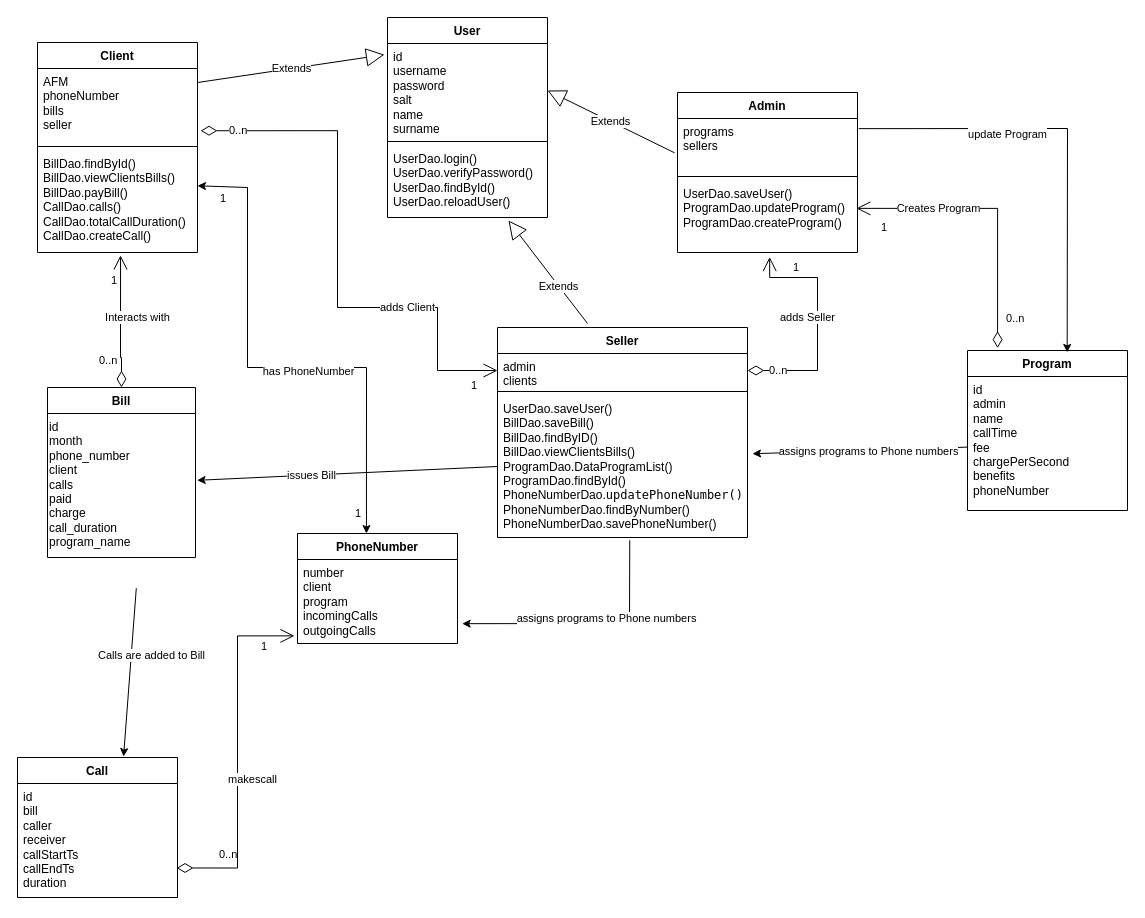
dimitry-lzs/webProgramming keeps this draw.io diagram as Diagram.drawio. Above is the earlier version. Source tidied: cells renumbered, new cells numbered last; positions are measured from the earlier drawing's top-left corner, leaving out a move shared by most shapes. Both pictures are drawn from the tidied source at 100%, with x=0, y=0 at pixel (17, 17).
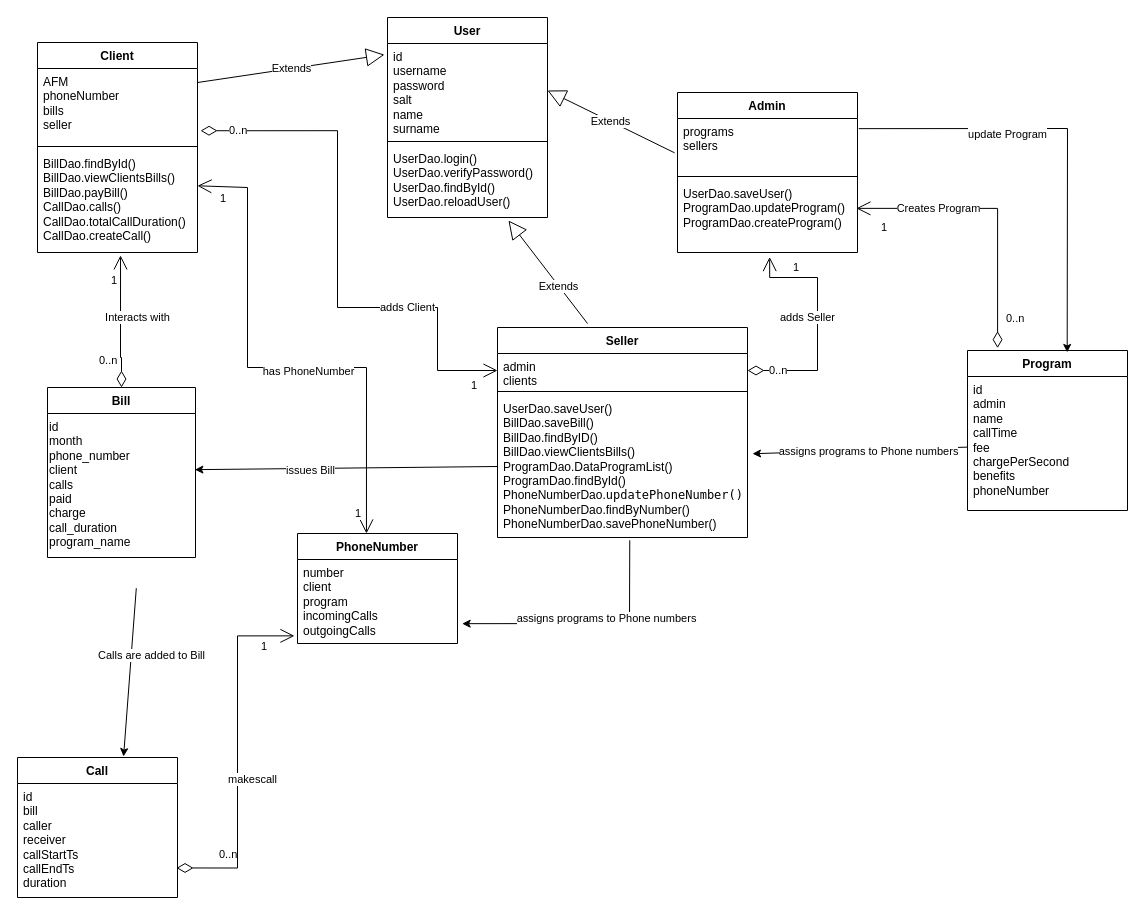
After the change.

The change refers to these unchanged cells:
```xml
<mxCell id="13" value="BillDao.findById()&lt;div&gt;BillDao.viewClientsBills()&lt;/div&gt;&lt;div&gt;BillDao.payBill()&lt;/div&gt;&lt;div&gt;CallDao.calls()&lt;/div&gt;&lt;div&gt;CallDao.totalCallDuration()&lt;/div&gt;&lt;div&gt;CallDao.createCall()&lt;/div&gt;" style="text;strokeColor=none;fillColor=none;align=left;verticalAlign=top;spacingLeft=4;spacingRight=4;overflow=hidden;points=[[0,0.5],[1,0.5]];portConstraint=eastwest;whiteSpace=wrap;html=1;" parent="10" vertex="1">
  <mxGeometry y="108" width="160" height="102" as="geometry" />
</mxCell>
<mxCell id="17" value="&lt;div&gt;UserDao.saveUser()&lt;br&gt;&lt;/div&gt;&lt;div&gt;BillDao.saveBill()&lt;/div&gt;&lt;div&gt;BillDao.findByID()&lt;/div&gt;&lt;div&gt;BillDao.viewClientsBills()&lt;/div&gt;&lt;div&gt;ProgramDao.DataProgramList()&lt;/div&gt;&lt;div&gt;ProgramDao.findById()&lt;/div&gt;&lt;div&gt;PhoneNumberDao.&lt;span style=&quot;font-family: &amp;quot;Droid Sans Mono&amp;quot;, &amp;quot;monospace&amp;quot;, monospace; white-space: pre;&quot;&gt;updatePhoneNumber()&lt;/span&gt;&lt;/div&gt;&lt;div&gt;PhoneNumberDao.findByNumber()&lt;br&gt;&lt;/div&gt;&lt;div&gt;PhoneNumberDao.savePhoneNumber()&lt;br&gt;&lt;/div&gt;" style="text;strokeColor=none;fillColor=none;align=left;verticalAlign=top;spacingLeft=4;spacingRight=4;overflow=hidden;points=[[0,0.5],[1,0.5]];portConstraint=eastwest;whiteSpace=wrap;html=1;" parent="14" vertex="1">
  <mxGeometry y="68" width="250" height="142" as="geometry" />
</mxCell>
<mxCell id="21" value="PhoneNumber" style="swimlane;fontStyle=1;align=center;verticalAlign=top;horizontal=1;startSize=26;whiteSpace=wrap;html=1;" parent="1" vertex="1">
  <mxGeometry x="280" y="516" width="160" height="110" as="geometry" />
</mxCell>
<mxCell id="28" value="&lt;div style=&quot;&quot;&gt;id&lt;/div&gt;&lt;div style=&quot;&quot;&gt;month&lt;/div&gt;&lt;div style=&quot;&quot;&gt;phone_number&lt;/div&gt;&lt;div style=&quot;&quot;&gt;client&lt;/div&gt;&lt;div style=&quot;&quot;&gt;calls&lt;/div&gt;&lt;div style=&quot;&quot;&gt;paid&lt;/div&gt;&lt;div style=&quot;&quot;&gt;charge&lt;/div&gt;&lt;div style=&quot;&quot;&gt;call_duration&lt;/div&gt;&lt;div style=&quot;&quot;&gt;program_name&lt;/div&gt;&lt;div style=&quot;&quot;&gt;&lt;br&gt;&lt;/div&gt;" style="whiteSpace=wrap;html=1;align=left;fillColor=none;strokeColor=none;verticalAlign=top;" parent="27" vertex="1">
  <mxGeometry y="26" width="148" height="144" as="geometry" />
</mxCell>
```

Diff of the diagram source:
```diff
@@
-    <mxCell id="47" style="endArrow=classic;html=1;rounded=0;exitX=0.431;exitY=0;exitDx=0;exitDy=0;exitPerimeter=0;entryX=1;entryY=0.346;entryDx=0;entryDy=0;entryPerimeter=0;startArrow=classic;startFill=1;" parent="1" edge="1" source="21" target="13">
+    <mxCell id="47" style="endArrow=open;html=1;rounded=0;exitX=0.431;exitY=0;exitDx=0;exitDy=0;exitPerimeter=0;entryX=1;entryY=0.346;entryDx=0;entryDy=0;entryPerimeter=0;startArrow=open;startFill=0;endFill=0;strokeWidth=1;endSize=12;targetPerimeterSpacing=0;startSize=12;" parent="1" edge="1" source="21" target="13">
       <mxGeometry relative="1" as="geometry">
         <Array as="points">
           <mxPoint x="349" y="350" />
           <mxPoint x="300" y="350" />
           <mxPoint x="230" y="350" />
           <mxPoint x="230" y="170" />
         </Array>
       </mxGeometry>
     </mxCell>
@@
-    <mxCell id="52" style="endArrow=classic;html=1;rounded=0;exitX=0;exitY=0.5;exitDx=0;exitDy=0;entryX=1.011;entryY=0.464;entryDx=0;entryDy=0;entryPerimeter=0;" parent="1" edge="1" source="17" target="28">
+    <mxCell id="52" style="endArrow=classic;html=1;rounded=0;exitX=0;exitY=0.5;exitDx=0;exitDy=0;entryX=0.996;entryY=0.39;entryDx=0;entryDy=0;entryPerimeter=0;" parent="1" edge="1" source="17" target="28">
       <mxGeometry relative="1" as="geometry" />
     </mxCell>
```
